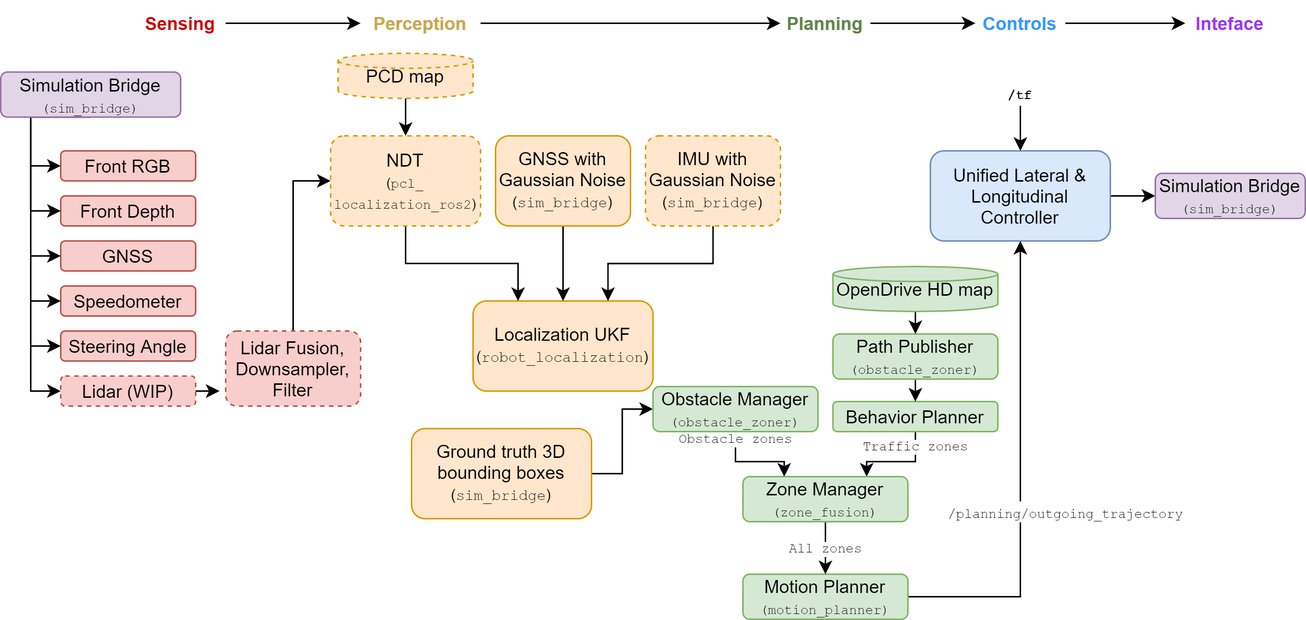
Before: docs/assets/res/v1_2_structure.drawio.png, a diagram exported from draw.io (Nova-UTD/navigator). Source tidied: cells renumbered, new cells last; positions are measured from the earlier drawing's top-left corner, leaving out a move shared by most shapes.
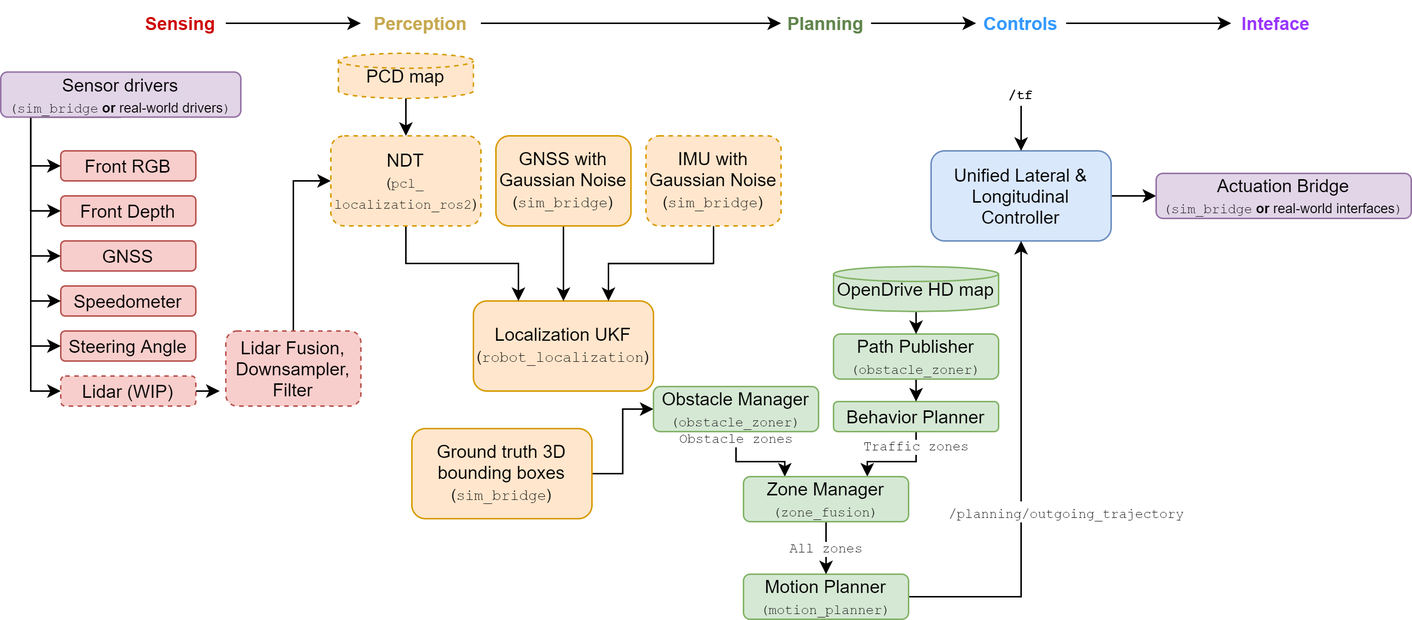
The same file after the commit.

The edit, as a diff of the source:
```diff
@@ -27,7 +27,7 @@
       <mxGeometry x="650" width="60" height="30" as="geometry" />
     </mxCell>
     <mxCell id="10" value="Inteface" style="text;html=1;strokeColor=none;fillColor=none;align=center;verticalAlign=middle;whiteSpace=wrap;rounded=0;fontStyle=1;fontColor=#9933FF;" parent="1" vertex="1">
-      <mxGeometry x="790" width="60" height="30" as="geometry" />
+      <mxGeometry x="820" width="60" height="30" as="geometry" />
     </mxCell>
     <mxCell id="11" value="Front RGB" style="rounded=1;whiteSpace=wrap;html=1;fillColor=#f8cecc;strokeColor=#b85450;" parent="1" vertex="1">
       <mxGeometry x="40" y="100" width="90" height="20" as="geometry" />
@@ -113,8 +113,8 @@
         </Array>
       </mxGeometry>
     </mxCell>
-    <mxCell id="29" value="Simulation Bridge&lt;br&gt;&lt;font style=&quot;font-size: 9px&quot; face=&quot;Courier New&quot;&gt;(sim_bridge)&lt;/font&gt;" style="rounded=1;whiteSpace=wrap;html=1;fillColor=#e1d5e7;strokeColor=#9673a6;sketch=0;glass=0;" parent="1" vertex="1">
-      <mxGeometry y="47.5" width="120" height="30" as="geometry" />
+    <mxCell id="29" value="Sensor drivers&lt;br&gt;&lt;font style=&quot;font-size: 9px&quot; face=&quot;Courier New&quot;&gt;(sim_bridge&lt;/font&gt;&lt;font style=&quot;font-size: 9px&quot;&gt; &lt;/font&gt;&lt;font style=&quot;font-size: 9px&quot;&gt;&lt;b&gt;or&lt;/b&gt; real-world drivers&lt;/font&gt;&lt;font style=&quot;font-size: 9px&quot; face=&quot;Courier New&quot;&gt;)&lt;/font&gt;" style="rounded=1;whiteSpace=wrap;html=1;fillColor=#e1d5e7;strokeColor=#9673a6;sketch=0;glass=0;" parent="1" vertex="1">
+      <mxGeometry y="47.5" width="160" height="30" as="geometry" />
     </mxCell>
     <mxCell id="30" value="Traffic zones" style="edgeStyle=orthogonalEdgeStyle;rounded=0;jettySize=auto;html=1;exitX=0.5;exitY=1;exitDx=0;exitDy=0;entryX=0.75;entryY=0;entryDx=0;entryDy=0;fontFamily=Courier New;fontSize=9;" parent="1" edge="1" source="31" target="47">
       <mxGeometry x="-0.68" relative="1" as="geometry" />
@@ -186,8 +186,8 @@
     <mxCell id="51" value="&lt;font face=&quot;Helvetica&quot; style=&quot;font-size: 12px&quot;&gt;OpenDrive HD map&lt;/font&gt;" style="strokeWidth=1;html=1;shape=mxgraph.flowchart.database;whiteSpace=wrap;fontFamily=Courier New;fontSize=9;strokeColor=#82b366;fillColor=#d5e8d4;" parent="1" vertex="1">
       <mxGeometry x="555" y="177" width="110" height="30" as="geometry" />
     </mxCell>
-    <mxCell id="52" value="Simulation Bridge&lt;br&gt;&lt;font style=&quot;font-size: 9px&quot; face=&quot;Courier New&quot;&gt;(sim_bridge)&lt;/font&gt;" style="rounded=1;whiteSpace=wrap;html=1;fillColor=#e1d5e7;strokeColor=#9673a6;sketch=0;glass=0;" parent="1" vertex="1">
-      <mxGeometry x="770" y="115" width="100" height="30" as="geometry" />
+    <mxCell id="52" value="Actuation Bridge&lt;br&gt;&lt;font style=&quot;font-size: 9px&quot; face=&quot;Courier New&quot;&gt;(sim_bridge&lt;/font&gt;&lt;font style=&quot;font-size: 9px&quot;&gt;&amp;nbsp;&lt;b&gt;or&lt;/b&gt;&amp;nbsp;real-world interfaces&lt;/font&gt;&lt;font style=&quot;font-size: 9px&quot; face=&quot;Courier New&quot;&gt;)&lt;/font&gt;" style="rounded=1;whiteSpace=wrap;html=1;fillColor=#e1d5e7;strokeColor=#9673a6;sketch=0;glass=0;" parent="1" vertex="1">
+      <mxGeometry x="770" y="115" width="170" height="30" as="geometry" />
     </mxCell>
     <mxCell id="53" style="edgeStyle=orthogonalEdgeStyle;rounded=0;jettySize=auto;html=1;exitX=1;exitY=0.5;exitDx=0;exitDy=0;entryX=-0.046;entryY=0.817;entryDx=0;entryDy=0;entryPerimeter=0;fontFamily=Courier New;fontSize=9;" parent="1" edge="1" source="54" target="16">
       <mxGeometry relative="1" as="geometry" />
```
